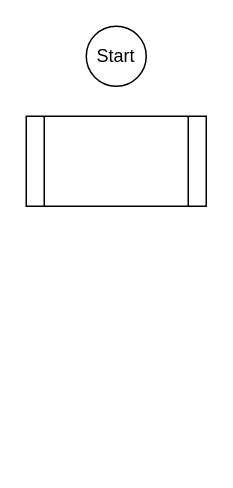
Above: page "Generate Thickness" (1 of 2) of GenThk.drawio in megavad/Diagrams (draw.io), before the change. Source tidied: cells renumbered, new cells numbered last; positions are measured from the earlier drawing's top-left corner, leaving out a move shared by most shapes. Both pictures are drawn from the tidied source at 150%, with x=0, y=0 at pixel (26, 26).
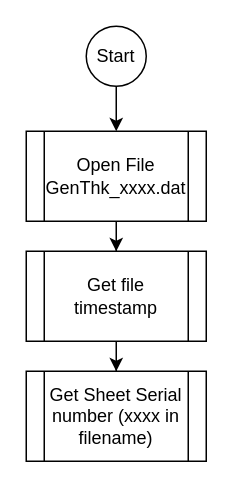
The same diagram, later.

Diff of the diagram source:
```diff
@@
 <mxGraphModel>
   <root>
     <mxCell id="0" />
     <mxCell id="1" parent="0" />
+    <mxCell id="4" style="edgeStyle=orthogonalEdgeStyle;rounded=0;jettySize=auto;html=1;" parent="1" edge="1" source="2" target="3">
+      <mxGeometry relative="1" as="geometry" />
+    </mxCell>
     <mxCell id="2" value="Start" style="ellipse;whiteSpace=wrap;html=1;" parent="1" vertex="1">
       <mxGeometry x="40" width="40" height="40" as="geometry" />
     </mxCell>
+    <mxCell id="5" style="edgeStyle=orthogonalEdgeStyle;rounded=0;jettySize=auto;html=1;" parent="1" edge="1" source="3" target="7">
+      <mxGeometry relative="1" as="geometry" />
+    </mxCell>
-    <mxCell id="3" style="shape=process;whiteSpace=wrap;html=1;backgroundOutline=1;" parent="1" vertex="1">
-      <mxGeometry y="60" width="120" height="60" as="geometry" />
+    <mxCell id="3" value="Open File GenThk_xxxx.dat" style="shape=process;whiteSpace=wrap;html=1;backgroundOutline=1;" parent="1" vertex="1">
+      <mxGeometry y="70" width="120" height="60" as="geometry" />
     </mxCell>
+    <mxCell id="6" style="edgeStyle=orthogonalEdgeStyle;rounded=0;jettySize=auto;html=1;" parent="1" edge="1" source="7" target="8">
+      <mxGeometry relative="1" as="geometry" />
+    </mxCell>
+    <mxCell id="7" value="Get file timestamp" style="shape=process;whiteSpace=wrap;html=1;backgroundOutline=1;" parent="1" vertex="1">
+      <mxGeometry y="150" width="120" height="60" as="geometry" />
+    </mxCell>
+    <mxCell id="8" value="Get Sheet Serial number (xxxx in filename)" style="shape=process;whiteSpace=wrap;html=1;backgroundOutline=1;" parent="1" vertex="1">
+      <mxGeometry y="230" width="120" height="60" as="geometry" />
+    </mxCell>
   </root>
 </mxGraphModel>
```
